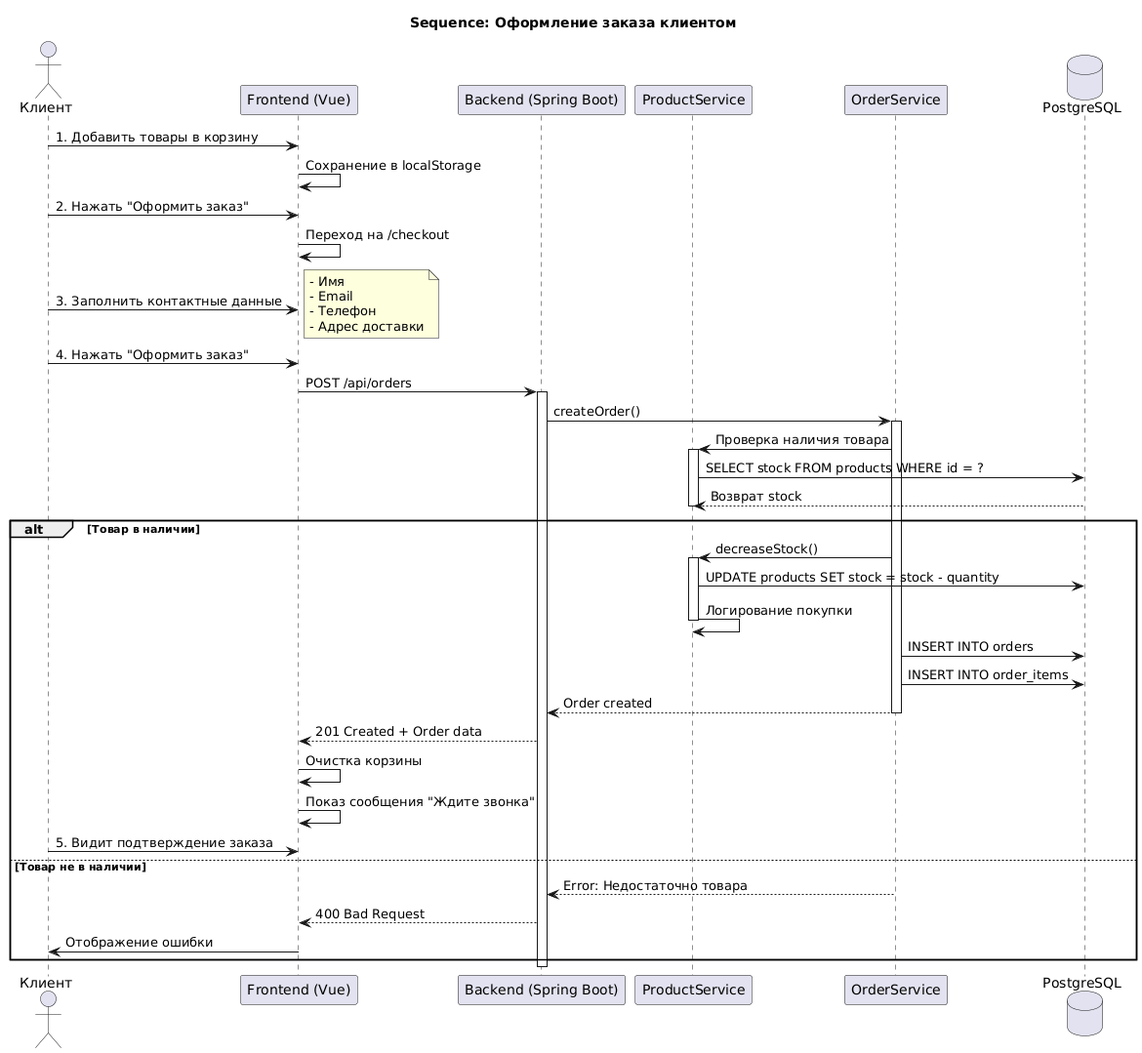
makrelbka/system_engineering keeps this PlantUML diagram as website/schemas/sequence-order-creation.png. Above is the earlier version. Its source is kept beside it as website/schemas/sequence-order-creation.puml. Source of this version:
```plantuml
@startuml Sequence_Order_Creation
title Sequence: Оформление заказа клиентом

actor "Клиент" as Client
participant "Frontend (Vue)" as Frontend
participant "Backend (Spring Boot)" as Backend
participant "ProductService" as ProductService
participant "OrderService" as OrderService
database "PostgreSQL" as DB

Client -> Frontend: 1. Добавить товары в корзину
Frontend -> Frontend: Сохранение в localStorage

Client -> Frontend: 2. Нажать "Оформить заказ"
Frontend -> Frontend: Переход на /checkout

Client -> Frontend: 3. Заполнить контактные данные
note right
  - Имя
  - Email
  - Телефон
  - Адрес доставки
end note

Client -> Frontend: 4. Нажать "Оформить заказ"

Frontend -> Backend: POST /api/orders
activate Backend

Backend -> OrderService: createOrder()
activate OrderService

OrderService -> ProductService: Проверка наличия товара
activate ProductService
ProductService -> DB: SELECT stock FROM products WHERE id = ?
DB --> ProductService: Возврат stock
deactivate ProductService

alt Товар в наличии
  OrderService -> ProductService: decreaseStock()
  activate ProductService
  ProductService -> DB: UPDATE products SET stock = stock - quantity
  ProductService -> ProductService: Логирование покупки
  deactivate ProductService

  OrderService -> DB: INSERT INTO orders
  OrderService -> DB: INSERT INTO order_items

  OrderService --> Backend: Order created
  deactivate OrderService

  Backend --> Frontend: 201 Created + Order data

  Frontend -> Frontend: Очистка корзины
  Frontend -> Frontend: Показ сообщения "Ждите звонка"

  Client -> Frontend: 5. Видит подтверждение заказа
else Товар не в наличии
  OrderService --> Backend: Error: Недостаточно товара
  deactivate OrderService
  Backend --> Frontend: 400 Bad Request
  Frontend -> Client: Отображение ошибки
end

deactivate Backend
@enduml
```
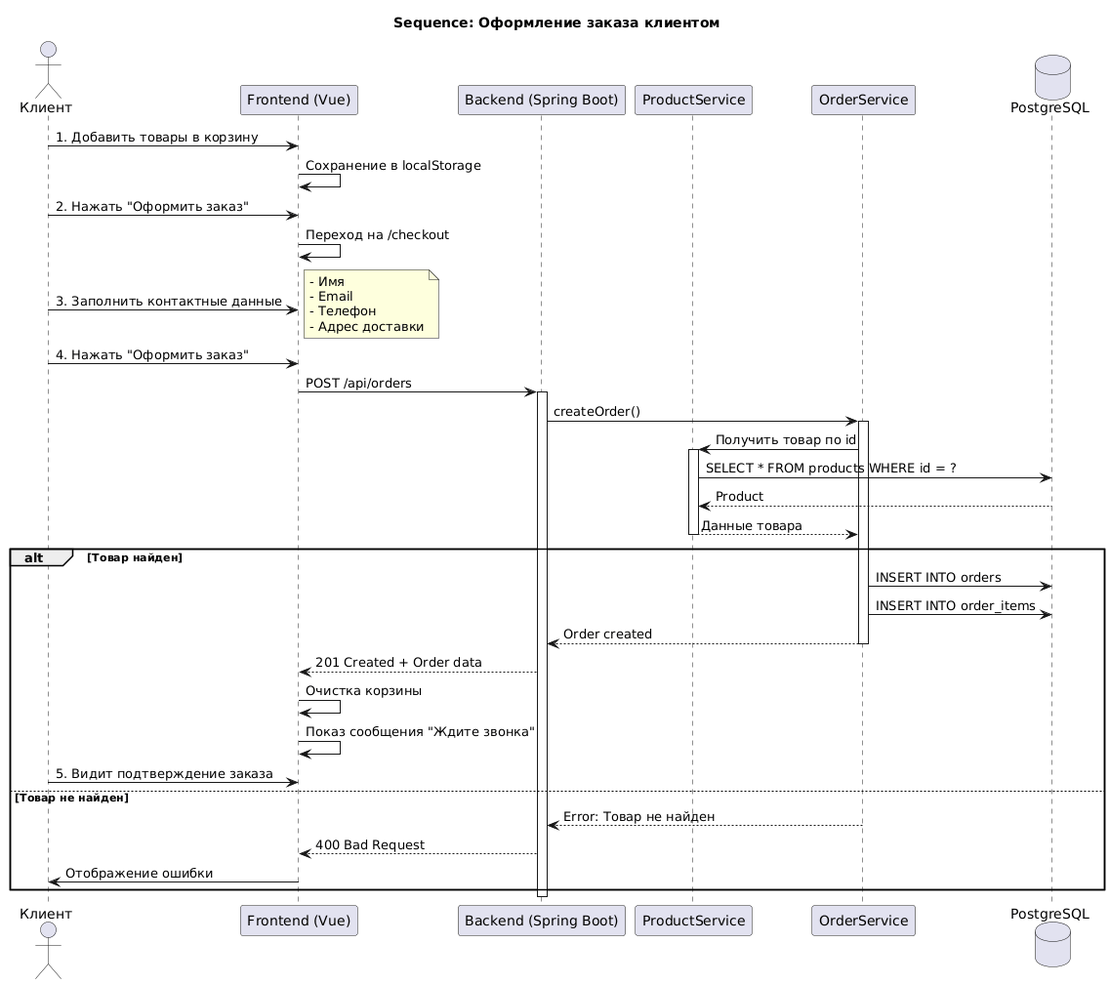
The same diagram one commit later.

The edit, as a diff of the source:
```diff
@@ -30,19 +30,14 @@
 Backend -> OrderService: createOrder()
 activate OrderService
 
-OrderService -> ProductService: Проверка наличия товара
+OrderService -> ProductService: Получить товар по id
 activate ProductService
-ProductService -> DB: SELECT stock FROM products WHERE id = ?
-DB --> ProductService: Возврат stock
+ProductService -> DB: SELECT * FROM products WHERE id = ?
+DB --> ProductService: Product
+ProductService --> OrderService: Данные товара
 deactivate ProductService
 
-alt Товар в наличии
-  OrderService -> ProductService: decreaseStock()
-  activate ProductService
-  ProductService -> DB: UPDATE products SET stock = stock - quantity
-  ProductService -> ProductService: Логирование покупки
-  deactivate ProductService
-
+alt Товар найден
   OrderService -> DB: INSERT INTO orders
   OrderService -> DB: INSERT INTO order_items
 
@@ -55,8 +50,8 @@
   Frontend -> Frontend: Показ сообщения "Ждите звонка"
 
   Client -> Frontend: 5. Видит подтверждение заказа
-else Товар не в наличии
-  OrderService --> Backend: Error: Недостаточно товара
+else Товар не найден
+  OrderService --> Backend: Error: Товар не найден
   deactivate OrderService
   Backend --> Frontend: 400 Bad Request
   Frontend -> Client: Отображение ошибки
```
